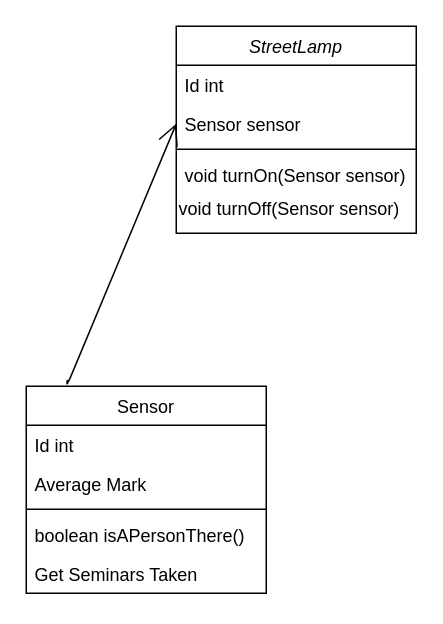
yanelena/diagrams keeps this draw.io diagram as PAA.drawio. Above is the earlier version. Source tidied: cells renumbered, new cells numbered last; positions are measured from the earlier drawing's top-left corner, leaving out a move shared by most shapes. Both pictures are drawn from the tidied source at 150%, with x=0, y=0 at pixel (26, 26).
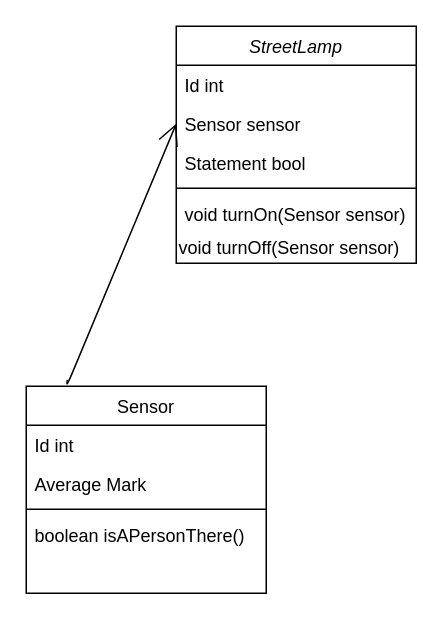
The same page after the edit.

What changed in the source:
```diff
@@
 <mxGraphModel>
   <root>
     <mxCell id="0" />
     <mxCell id="1" parent="0" />
     <mxCell id="2" value="StreetLamp" style="swimlane;fontStyle=2;align=center;verticalAlign=top;horizontal=1;startSize=26;rounded=0;shadow=0;strokeWidth=1;" parent="1" vertex="1">
-      <mxGeometry x="100" width="160" height="138" as="geometry" />
+      <mxGeometry x="100" width="160" height="158" as="geometry" />
     </mxCell>
     <mxCell id="3" value="Id int" style="text;align=left;verticalAlign=top;spacingLeft=4;spacingRight=4;overflow=hidden;" parent="2" vertex="1">
       <mxGeometry y="26" width="160" height="26" as="geometry" />
     </mxCell>
     <mxCell id="4" value="Sensor sensor" style="text;align=left;verticalAlign=top;spacingLeft=4;spacingRight=4;overflow=hidden;points=[[0,0.5],[1,0.5]];portConstraint=eastwest;rounded=0;shadow=0;html=0;" parent="2" vertex="1">
       <mxGeometry y="52" width="160" height="26" as="geometry" />
     </mxCell>
+    <mxCell id="15" value="Statement bool" style="text;align=left;verticalAlign=top;spacingLeft=4;spacingRight=4;overflow=hidden;rounded=0;shadow=0;html=0;" parent="2" vertex="1">
+      <mxGeometry y="78" width="160" height="26" as="geometry" />
+    </mxCell>
     <mxCell id="5" style="line;html=1;strokeWidth=1;align=left;verticalAlign=middle;spacingTop=-1;spacingLeft=3;spacingRight=3;labelPosition=right;" parent="2" vertex="1">
-      <mxGeometry y="78" width="160" height="8" as="geometry" />
+      <mxGeometry y="104" width="160" height="8" as="geometry" />
     </mxCell>
     <mxCell id="6" value="void turnOn(Sensor sensor)" style="text;align=left;verticalAlign=top;spacingLeft=4;spacingRight=4;overflow=hidden;" parent="2" vertex="1">
-      <mxGeometry y="86" width="160" height="26" as="geometry" />
+      <mxGeometry y="112" width="160" height="26" as="geometry" />
     </mxCell>
     <mxCell id="7" value="void turnOff(Sensor sensor)" style="text;html=1;strokeColor=none;fillColor=none;align=left;verticalAlign=middle;whiteSpace=wrap;rounded=0;" parent="2" vertex="1">
-      <mxGeometry y="112" width="160" height="20" as="geometry" />
+      <mxGeometry y="138" width="160" height="20" as="geometry" />
     </mxCell>
     <mxCell id="8" value="Sensor" style="swimlane;fontStyle=0;align=center;verticalAlign=top;horizontal=1;startSize=26;rounded=0;shadow=0;strokeWidth=1;" parent="1" vertex="1">
       <mxGeometry y="240" width="160" height="138" as="geometry" />
     </mxCell>
     <mxCell id="9" value="Id int" style="text;align=left;verticalAlign=top;spacingLeft=4;spacingRight=4;overflow=hidden;" parent="8" vertex="1">
       <mxGeometry y="26" width="160" height="26" as="geometry" />
     </mxCell>
     <mxCell id="10" value="Average Mark" style="text;align=left;verticalAlign=top;spacingLeft=4;spacingRight=4;overflow=hidden;rounded=0;shadow=0;html=0;" parent="8" vertex="1">
       <mxGeometry y="52" width="160" height="26" as="geometry" />
     </mxCell>
     <mxCell id="11" style="line;html=1;strokeWidth=1;align=left;verticalAlign=middle;spacingTop=-1;spacingLeft=3;spacingRight=3;labelPosition=right;" parent="8" vertex="1">
       <mxGeometry y="78" width="160" height="8" as="geometry" />
     </mxCell>
     <mxCell id="12" value="boolean isAPersonThere()" style="text;align=left;verticalAlign=top;spacingLeft=4;spacingRight=4;overflow=hidden;fontStyle=0;" parent="8" vertex="1">
       <mxGeometry y="86" width="160" height="26" as="geometry" />
     </mxCell>
-    <mxCell id="13" value="Get Seminars Taken" style="text;align=left;verticalAlign=top;spacingLeft=4;spacingRight=4;overflow=hidden;" parent="8" vertex="1">
-      <mxGeometry y="112" width="160" height="26" as="geometry" />
-    </mxCell>
     <mxCell id="14" style="endArrow=open;endFill=1;endSize=12;html=1;exitX=0.171;exitY=-0.031;exitDx=0;exitDy=0;exitPerimeter=0;entryX=0;entryY=0.5;entryDx=0;entryDy=0;" parent="1" edge="1" source="8" target="4">
       <mxGeometry relative="1" as="geometry">
         <Array as="points">
           <mxPoint x="27" y="240" />
         </Array>
       </mxGeometry>
     </mxCell>
   </root>
 </mxGraphModel>
```
